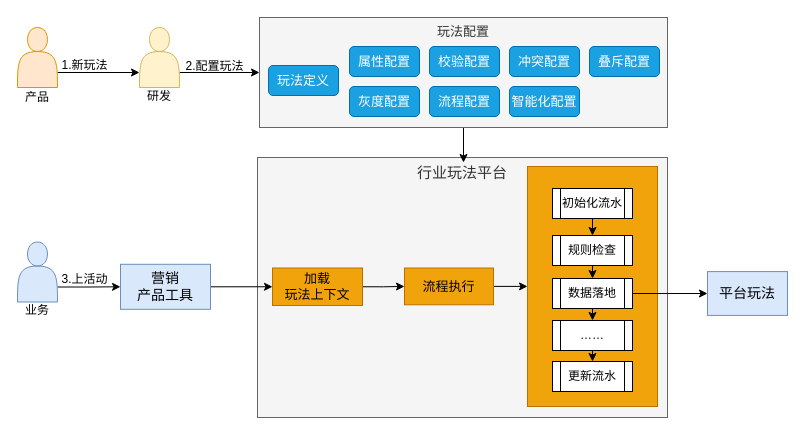
This is page "流程验证" (7 of 8) of 营销玩法系统架构.drawio from jon-kong/draw.io, a draw.io file, before an edit. Source tidied: cells renumbered, new cells numbered last; positions are measured from the earlier drawing's top-left corner, leaving out a move shared by most shapes. Both pictures are drawn from the tidied source at 100%, with x=0, y=0 at pixel (17, 17).
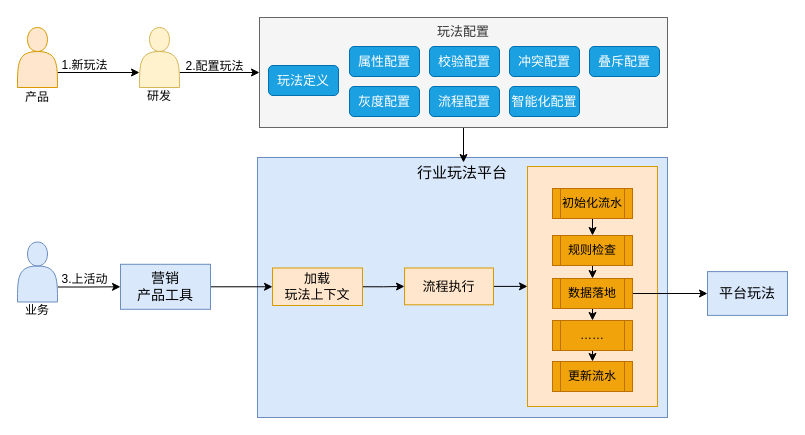
The same page after the edit.

What changed in the source:
```diff
@@
-    <mxCell id="2" value="行业玩法平台" style="rounded=0;whiteSpace=wrap;html=1;verticalAlign=top;fontSize=15;fillColor=#f5f5f5;strokeColor=#666666;fontColor=#333333;" parent="1" vertex="1">
+    <mxCell id="2" value="行业玩法平台" style="rounded=0;whiteSpace=wrap;html=1;verticalAlign=top;fontSize=15;fillColor=#dae8fc;strokeColor=#6c8ebf;" parent="1" vertex="1">
       <mxGeometry x="240" y="140" width="410" height="260" as="geometry" />
     </mxCell>
-    <mxCell id="3" style="rounded=0;whiteSpace=wrap;html=1;fontSize=13;verticalAlign=middle;fillColor=#f0a30a;strokeColor=#BD7000;fontColor=#000000;" parent="1" vertex="1">
+    <mxCell id="3" style="rounded=0;whiteSpace=wrap;html=1;fontSize=13;verticalAlign=middle;fillColor=#ffe6cc;strokeColor=#d79b00;" parent="1" vertex="1">
       <mxGeometry x="510" y="149" width="130" height="240" as="geometry" />
     </mxCell>
@@
-    <mxCell id="5" value="流程执行" style="rounded=0;whiteSpace=wrap;html=1;fontSize=13;verticalAlign=middle;fillColor=#f0a30a;strokeColor=#BD7000;fontColor=#000000;" parent="1" vertex="1">
+    <mxCell id="5" value="流程执行" style="rounded=0;whiteSpace=wrap;html=1;fontSize=13;verticalAlign=middle;fillColor=#ffe6cc;strokeColor=#d79b00;" parent="1" vertex="1">
       <mxGeometry x="387" y="250.5" width="89" height="36.8" as="geometry" />
     </mxCell>
@@
-    <mxCell id="31" value="加载&lt;br&gt;玩法上下文" style="rounded=0;whiteSpace=wrap;html=1;fontSize=13;verticalAlign=middle;fillColor=#f0a30a;strokeColor=#BD7000;fontColor=#000000;" parent="1" vertex="1">
+    <mxCell id="31" value="加载&lt;br&gt;玩法上下文" style="rounded=0;whiteSpace=wrap;html=1;fontSize=13;verticalAlign=middle;fillColor=#ffe6cc;strokeColor=#d79b00;" parent="1" vertex="1">
       <mxGeometry x="255" y="250.5" width="90" height="37.5" as="geometry" />
     </mxCell>
@@
-    <mxCell id="34" value="初始化流水" style="shape=process;whiteSpace=wrap;html=1;backgroundOutline=1;rounded=0;fontSize=12;verticalAlign=middle;" parent="1" vertex="1">
+    <mxCell id="34" value="初始化流水" style="shape=process;whiteSpace=wrap;html=1;backgroundOutline=1;rounded=0;fontSize=12;verticalAlign=middle;fillColor=#f0a30a;strokeColor=#BD7000;fontColor=#000000;" parent="1" vertex="1">
       <mxGeometry x="535" y="171" width="80" height="30" as="geometry" />
     </mxCell>
@@
-    <mxCell id="36" value="规则检查" style="shape=process;whiteSpace=wrap;html=1;backgroundOutline=1;rounded=0;fontSize=12;verticalAlign=middle;" parent="1" vertex="1">
+    <mxCell id="36" value="规则检查" style="shape=process;whiteSpace=wrap;html=1;backgroundOutline=1;rounded=0;fontSize=12;verticalAlign=middle;fillColor=#f0a30a;strokeColor=#BD7000;fontColor=#000000;" parent="1" vertex="1">
       <mxGeometry x="535" y="218" width="80" height="30" as="geometry" />
     </mxCell>
@@
-    <mxCell id="39" value="数据落地" style="shape=process;whiteSpace=wrap;html=1;backgroundOutline=1;rounded=0;fontSize=12;verticalAlign=middle;" parent="1" vertex="1">
+    <mxCell id="39" value="数据落地" style="shape=process;whiteSpace=wrap;html=1;backgroundOutline=1;rounded=0;fontSize=12;verticalAlign=middle;fillColor=#f0a30a;strokeColor=#BD7000;fontColor=#000000;" parent="1" vertex="1">
       <mxGeometry x="535" y="261" width="80" height="30" as="geometry" />
     </mxCell>
@@
-    <mxCell id="41" value="……" style="shape=process;whiteSpace=wrap;html=1;backgroundOutline=1;rounded=0;fontSize=12;verticalAlign=middle;" parent="1" vertex="1">
+    <mxCell id="41" value="……" style="shape=process;whiteSpace=wrap;html=1;backgroundOutline=1;rounded=0;fontSize=12;verticalAlign=middle;fillColor=#f0a30a;strokeColor=#BD7000;fontColor=#000000;" parent="1" vertex="1">
       <mxGeometry x="535" y="303" width="80" height="30" as="geometry" />
     </mxCell>
-    <mxCell id="42" value="更新流水" style="shape=process;whiteSpace=wrap;html=1;backgroundOutline=1;rounded=0;fontSize=12;verticalAlign=middle;" parent="1" vertex="1">
+    <mxCell id="42" value="更新流水" style="shape=process;whiteSpace=wrap;html=1;backgroundOutline=1;rounded=0;fontSize=12;verticalAlign=middle;fillColor=#f0a30a;strokeColor=#BD7000;fontColor=#000000;" parent="1" vertex="1">
       <mxGeometry x="535" y="344" width="80" height="30" as="geometry" />
     </mxCell>
```
